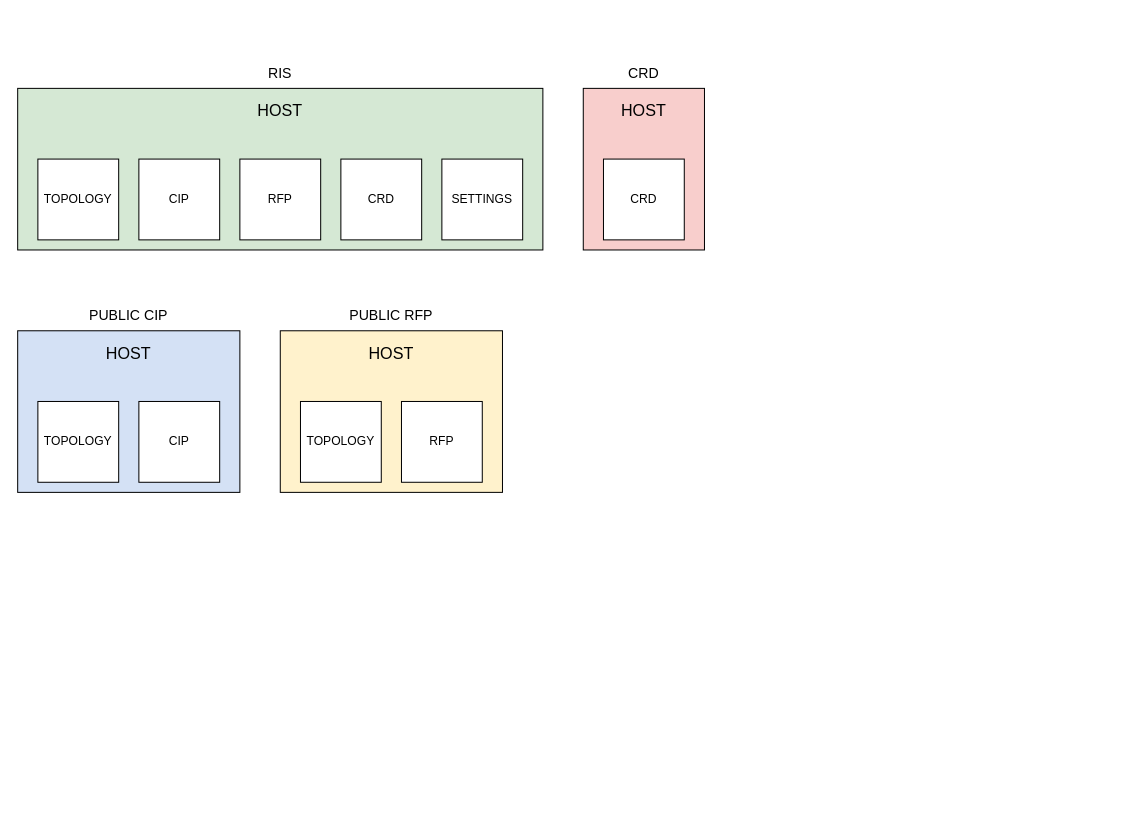
mathudak/diagrams keeps this draw.io diagram as mf-architecture.drawio. Above is the earlier version. Source tidied: cells renumbered, new cells numbered last; positions are measured from the earlier drawing's top-left corner, leaving out a move shared by most shapes. Both pictures are drawn from the tidied source at 101%, with x=0, y=0 at pixel (17, 58).
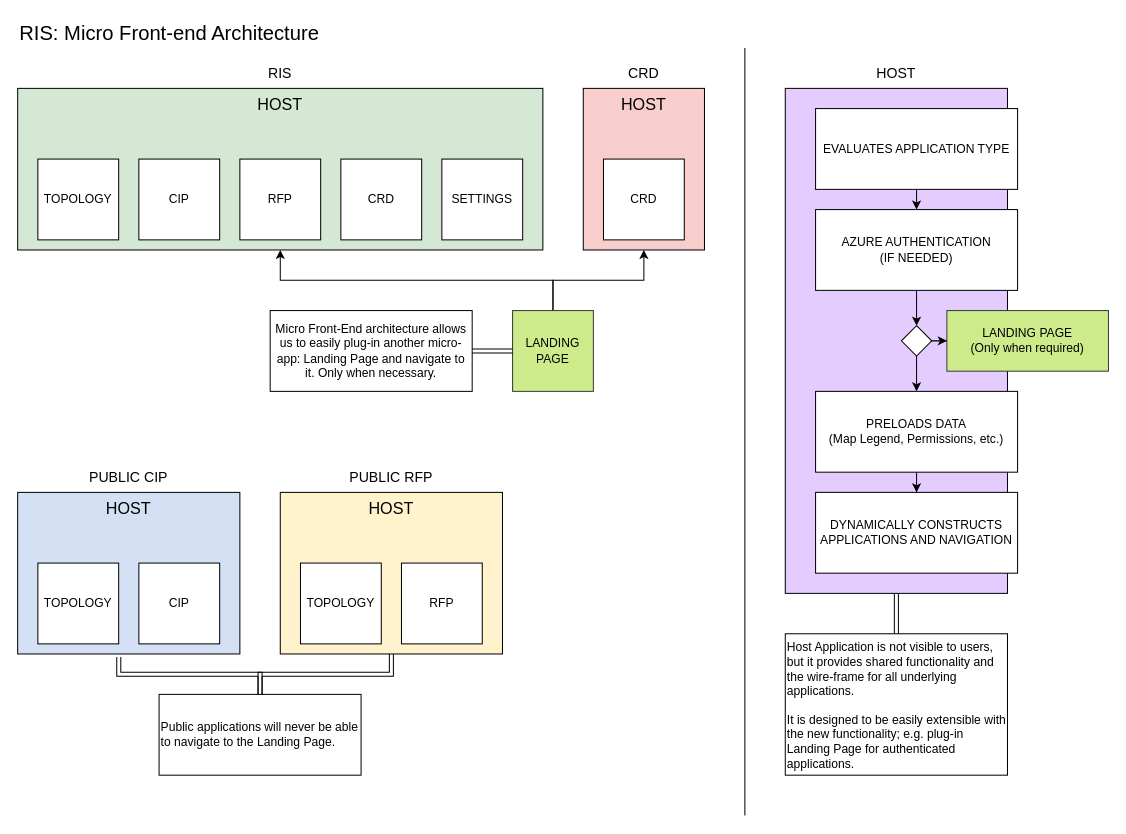
The same diagram, later.

What changed in the source:
```diff
@@
-    <mxCell id="2" value="&lt;div style=&quot;font-size: 16px;&quot;&gt;&lt;font style=&quot;font-size: 16px;&quot;&gt;HOST&lt;/font&gt;&lt;/div&gt;&lt;div style=&quot;font-size: 16px;&quot;&gt;&lt;font style=&quot;font-size: 16px;&quot;&gt;&lt;br&gt;&lt;/font&gt;&lt;/div&gt;&lt;div style=&quot;font-size: 16px;&quot;&gt;&lt;font style=&quot;font-size: 16px;&quot;&gt;&lt;br&gt;&lt;/font&gt;&lt;/div&gt;&lt;div style=&quot;font-size: 16px;&quot;&gt;&lt;font style=&quot;font-size: 16px;&quot;&gt;&lt;br&gt;&lt;/font&gt;&lt;/div&gt;&lt;div style=&quot;font-size: 16px;&quot;&gt;&lt;font style=&quot;font-size: 16px;&quot;&gt;&lt;br&gt;&lt;/font&gt;&lt;/div&gt;&lt;div style=&quot;font-size: 16px;&quot;&gt;&lt;font style=&quot;font-size: 16px;&quot;&gt;&lt;br&gt;&lt;/font&gt;&lt;/div&gt;&lt;div style=&quot;font-size: 16px;&quot;&gt;&lt;font style=&quot;font-size: 16px;&quot;&gt;&lt;br&gt;&lt;/font&gt;&lt;/div&gt;" style="whiteSpace=wrap;html=1;fillColor=#D5E8D4;" parent="1" vertex="1">
+    <mxCell id="2" value="&lt;div style=&quot;font-size: 16px;&quot;&gt;&lt;font style=&quot;font-size: 16px;&quot;&gt;HOST&lt;/font&gt;&lt;/div&gt;&lt;div style=&quot;font-size: 16px;&quot;&gt;&lt;font style=&quot;font-size: 16px;&quot;&gt;&lt;br&gt;&lt;/font&gt;&lt;/div&gt;&lt;div style=&quot;font-size: 16px;&quot;&gt;&lt;font style=&quot;font-size: 16px;&quot;&gt;&lt;br&gt;&lt;/font&gt;&lt;/div&gt;&lt;div style=&quot;font-size: 16px;&quot;&gt;&lt;font style=&quot;font-size: 16px;&quot;&gt;&lt;br&gt;&lt;/font&gt;&lt;/div&gt;&lt;div style=&quot;font-size: 16px;&quot;&gt;&lt;font style=&quot;font-size: 16px;&quot;&gt;&lt;br&gt;&lt;/font&gt;&lt;/div&gt;&lt;div style=&quot;font-size: 16px;&quot;&gt;&lt;font style=&quot;font-size: 16px;&quot;&gt;&lt;br&gt;&lt;/font&gt;&lt;/div&gt;&lt;div style=&quot;font-size: 16px;&quot;&gt;&lt;font style=&quot;font-size: 16px;&quot;&gt;&lt;br&gt;&lt;/font&gt;&lt;/div&gt;" style="whiteSpace=wrap;html=1;fillColor=#D5E8D4;verticalAlign=top;" parent="1" vertex="1">
       <mxGeometry y="30" width="520" height="160" as="geometry" />
     </mxCell>
@@
-    <mxCell id="8" value="&lt;div style=&quot;font-size: 16px;&quot;&gt;&lt;font style=&quot;font-size: 16px;&quot;&gt;HOST&lt;/font&gt;&lt;/div&gt;&lt;div style=&quot;font-size: 16px;&quot;&gt;&lt;font style=&quot;font-size: 16px;&quot;&gt;&lt;br&gt;&lt;/font&gt;&lt;/div&gt;&lt;div style=&quot;font-size: 16px;&quot;&gt;&lt;font style=&quot;font-size: 16px;&quot;&gt;&lt;br&gt;&lt;/font&gt;&lt;/div&gt;&lt;div style=&quot;font-size: 16px;&quot;&gt;&lt;font style=&quot;font-size: 16px;&quot;&gt;&lt;br&gt;&lt;/font&gt;&lt;/div&gt;&lt;div style=&quot;font-size: 16px;&quot;&gt;&lt;font style=&quot;font-size: 16px;&quot;&gt;&lt;br&gt;&lt;/font&gt;&lt;/div&gt;&lt;div style=&quot;font-size: 16px;&quot;&gt;&lt;font style=&quot;font-size: 16px;&quot;&gt;&lt;br&gt;&lt;/font&gt;&lt;/div&gt;&lt;div style=&quot;font-size: 16px;&quot;&gt;&lt;font style=&quot;font-size: 16px;&quot;&gt;&lt;br&gt;&lt;/font&gt;&lt;/div&gt;" style="whiteSpace=wrap;html=1;fillColor=#D4E1F5;" parent="1" vertex="1">
-      <mxGeometry y="270" width="220" height="160" as="geometry" />
+    <mxCell id="8" value="&lt;div style=&quot;font-size: 16px;&quot;&gt;&lt;font style=&quot;font-size: 16px;&quot;&gt;HOST&lt;/font&gt;&lt;/div&gt;&lt;div style=&quot;font-size: 16px;&quot;&gt;&lt;font style=&quot;font-size: 16px;&quot;&gt;&lt;br&gt;&lt;/font&gt;&lt;/div&gt;&lt;div style=&quot;font-size: 16px;&quot;&gt;&lt;font style=&quot;font-size: 16px;&quot;&gt;&lt;br&gt;&lt;/font&gt;&lt;/div&gt;&lt;div style=&quot;font-size: 16px;&quot;&gt;&lt;font style=&quot;font-size: 16px;&quot;&gt;&lt;br&gt;&lt;/font&gt;&lt;/div&gt;&lt;div style=&quot;font-size: 16px;&quot;&gt;&lt;font style=&quot;font-size: 16px;&quot;&gt;&lt;br&gt;&lt;/font&gt;&lt;/div&gt;&lt;div style=&quot;font-size: 16px;&quot;&gt;&lt;font style=&quot;font-size: 16px;&quot;&gt;&lt;br&gt;&lt;/font&gt;&lt;/div&gt;&lt;div style=&quot;font-size: 16px;&quot;&gt;&lt;font style=&quot;font-size: 16px;&quot;&gt;&lt;br&gt;&lt;/font&gt;&lt;/div&gt;" style="whiteSpace=wrap;html=1;fillColor=#D4E1F5;verticalAlign=top;" parent="1" vertex="1">
+      <mxGeometry y="430" width="220" height="160" as="geometry" />
     </mxCell>
     <mxCell id="9" value="TOPOLOGY" style="whiteSpace=wrap;html=1;" parent="1" vertex="1">
-      <mxGeometry x="20" y="340" width="80" height="80" as="geometry" />
+      <mxGeometry x="20" y="500" width="80" height="80" as="geometry" />
     </mxCell>
     <mxCell id="10" value="CIP" style="whiteSpace=wrap;html=1;" parent="1" vertex="1">
-      <mxGeometry x="120" y="340" width="80" height="80" as="geometry" />
+      <mxGeometry x="120" y="500" width="80" height="80" as="geometry" />
     </mxCell>
-    <mxCell id="11" value="&lt;div style=&quot;font-size: 16px;&quot;&gt;&lt;font style=&quot;font-size: 16px;&quot;&gt;HOST&lt;/font&gt;&lt;/div&gt;&lt;div style=&quot;font-size: 16px;&quot;&gt;&lt;font style=&quot;font-size: 16px;&quot;&gt;&lt;br&gt;&lt;/font&gt;&lt;/div&gt;&lt;div style=&quot;font-size: 16px;&quot;&gt;&lt;font style=&quot;font-size: 16px;&quot;&gt;&lt;br&gt;&lt;/font&gt;&lt;/div&gt;&lt;div style=&quot;font-size: 16px;&quot;&gt;&lt;font style=&quot;font-size: 16px;&quot;&gt;&lt;br&gt;&lt;/font&gt;&lt;/div&gt;&lt;div style=&quot;font-size: 16px;&quot;&gt;&lt;font style=&quot;font-size: 16px;&quot;&gt;&lt;br&gt;&lt;/font&gt;&lt;/div&gt;&lt;div style=&quot;font-size: 16px;&quot;&gt;&lt;font style=&quot;font-size: 16px;&quot;&gt;&lt;br&gt;&lt;/font&gt;&lt;/div&gt;&lt;div style=&quot;font-size: 16px;&quot;&gt;&lt;font style=&quot;font-size: 16px;&quot;&gt;&lt;br&gt;&lt;/font&gt;&lt;/div&gt;" style="whiteSpace=wrap;html=1;fillColor=#FFF2CC;" parent="1" vertex="1">
-      <mxGeometry x="260" y="270" width="220" height="160" as="geometry" />
+    <mxCell id="11" value="&lt;div style=&quot;font-size: 16px;&quot;&gt;&lt;font style=&quot;font-size: 16px;&quot;&gt;HOST&lt;/font&gt;&lt;/div&gt;&lt;div style=&quot;font-size: 16px;&quot;&gt;&lt;font style=&quot;font-size: 16px;&quot;&gt;&lt;br&gt;&lt;/font&gt;&lt;/div&gt;&lt;div style=&quot;font-size: 16px;&quot;&gt;&lt;font style=&quot;font-size: 16px;&quot;&gt;&lt;br&gt;&lt;/font&gt;&lt;/div&gt;&lt;div style=&quot;font-size: 16px;&quot;&gt;&lt;font style=&quot;font-size: 16px;&quot;&gt;&lt;br&gt;&lt;/font&gt;&lt;/div&gt;&lt;div style=&quot;font-size: 16px;&quot;&gt;&lt;font style=&quot;font-size: 16px;&quot;&gt;&lt;br&gt;&lt;/font&gt;&lt;/div&gt;&lt;div style=&quot;font-size: 16px;&quot;&gt;&lt;font style=&quot;font-size: 16px;&quot;&gt;&lt;br&gt;&lt;/font&gt;&lt;/div&gt;&lt;div style=&quot;font-size: 16px;&quot;&gt;&lt;font style=&quot;font-size: 16px;&quot;&gt;&lt;br&gt;&lt;/font&gt;&lt;/div&gt;" style="whiteSpace=wrap;html=1;fillColor=#FFF2CC;verticalAlign=top;" parent="1" vertex="1">
+      <mxGeometry x="260" y="430" width="220" height="160" as="geometry" />
     </mxCell>
     <mxCell id="12" value="TOPOLOGY" style="whiteSpace=wrap;html=1;" parent="1" vertex="1">
-      <mxGeometry x="280" y="340" width="80" height="80" as="geometry" />
+      <mxGeometry x="280" y="500" width="80" height="80" as="geometry" />
     </mxCell>
     <mxCell id="13" value="RFP" style="whiteSpace=wrap;html=1;" parent="1" vertex="1">
-      <mxGeometry x="380" y="340" width="80" height="80" as="geometry" />
+      <mxGeometry x="380" y="500" width="80" height="80" as="geometry" />
     </mxCell>
-    <mxCell id="14" value="&lt;div style=&quot;font-size: 16px;&quot;&gt;&lt;font style=&quot;font-size: 16px;&quot;&gt;HOST&lt;/font&gt;&lt;/div&gt;&lt;div style=&quot;font-size: 16px;&quot;&gt;&lt;font style=&quot;font-size: 16px;&quot;&gt;&lt;br&gt;&lt;/font&gt;&lt;/div&gt;&lt;div style=&quot;font-size: 16px;&quot;&gt;&lt;font style=&quot;font-size: 16px;&quot;&gt;&lt;br&gt;&lt;/font&gt;&lt;/div&gt;&lt;div style=&quot;font-size: 16px;&quot;&gt;&lt;font style=&quot;font-size: 16px;&quot;&gt;&lt;br&gt;&lt;/font&gt;&lt;/div&gt;&lt;div style=&quot;font-size: 16px;&quot;&gt;&lt;font style=&quot;font-size: 16px;&quot;&gt;&lt;br&gt;&lt;/font&gt;&lt;/div&gt;&lt;div style=&quot;font-size: 16px;&quot;&gt;&lt;font style=&quot;font-size: 16px;&quot;&gt;&lt;br&gt;&lt;/font&gt;&lt;/div&gt;&lt;div style=&quot;font-size: 16px;&quot;&gt;&lt;font style=&quot;font-size: 16px;&quot;&gt;&lt;br&gt;&lt;/font&gt;&lt;/div&gt;" style="whiteSpace=wrap;html=1;fillColor=#F8CECC;" parent="1" vertex="1">
+    <mxCell id="14" value="&lt;div style=&quot;font-size: 16px;&quot;&gt;&lt;font style=&quot;font-size: 16px;&quot;&gt;HOST&lt;/font&gt;&lt;/div&gt;&lt;div style=&quot;font-size: 16px;&quot;&gt;&lt;font style=&quot;font-size: 16px;&quot;&gt;&lt;br&gt;&lt;/font&gt;&lt;/div&gt;&lt;div style=&quot;font-size: 16px;&quot;&gt;&lt;font style=&quot;font-size: 16px;&quot;&gt;&lt;br&gt;&lt;/font&gt;&lt;/div&gt;&lt;div style=&quot;font-size: 16px;&quot;&gt;&lt;font style=&quot;font-size: 16px;&quot;&gt;&lt;br&gt;&lt;/font&gt;&lt;/div&gt;&lt;div style=&quot;font-size: 16px;&quot;&gt;&lt;font style=&quot;font-size: 16px;&quot;&gt;&lt;br&gt;&lt;/font&gt;&lt;/div&gt;&lt;div style=&quot;font-size: 16px;&quot;&gt;&lt;font style=&quot;font-size: 16px;&quot;&gt;&lt;br&gt;&lt;/font&gt;&lt;/div&gt;&lt;div style=&quot;font-size: 16px;&quot;&gt;&lt;font style=&quot;font-size: 16px;&quot;&gt;&lt;br&gt;&lt;/font&gt;&lt;/div&gt;" style="whiteSpace=wrap;html=1;fillColor=#F8CECC;verticalAlign=top;" parent="1" vertex="1">
       <mxGeometry x="560" y="30" width="120" height="160" as="geometry" />
     </mxCell>
@@
     <mxCell id="18" value="&lt;div&gt;PUBLIC CIP&lt;/div&gt;" style="text;html=1;align=center;verticalAlign=middle;whiteSpace=wrap;rounded=0;fontSize=14;" parent="1" vertex="1">
-      <mxGeometry y="240" width="220" height="30" as="geometry" />
+      <mxGeometry y="400" width="220" height="30" as="geometry" />
     </mxCell>
     <mxCell id="19" value="&lt;div&gt;PUBLIC RFP&lt;br&gt;&lt;/div&gt;" style="text;html=1;align=center;verticalAlign=middle;whiteSpace=wrap;rounded=0;fontSize=14;" parent="1" vertex="1">
-      <mxGeometry x="260" y="240" width="220" height="30" as="geometry" />
+      <mxGeometry x="260" y="400" width="220" height="30" as="geometry" />
     </mxCell>
+    <mxCell id="20" value="RIS: Micro Front-end Architecture" style="text;html=1;align=left;verticalAlign=middle;whiteSpace=wrap;rounded=0;fontSize=20;" parent="1" vertex="1">
+      <mxGeometry y="-40" width="680" height="30" as="geometry" />
+    </mxCell>
+    <mxCell id="21" style="whiteSpace=wrap;html=1;fillColor=#E5CCFF;verticalAlign=top;" parent="1" vertex="1">
+      <mxGeometry x="760" y="30" width="220" height="500" as="geometry" />
+    </mxCell>
+    <mxCell id="22" style="endArrow=none;html=1;rounded=0;" parent="1" edge="1">
+      <mxGeometry relative="1" as="geometry">
+        <mxPoint x="720" y="750" as="sourcePoint" />
+        <mxPoint x="720" y="-10" as="targetPoint" />
+      </mxGeometry>
+    </mxCell>
+    <mxCell id="23" style="edgeStyle=orthogonalEdgeStyle;rounded=0;jettySize=auto;html=1;" parent="1" edge="1" source="24" target="43">
+      <mxGeometry relative="1" as="geometry" />
+    </mxCell>
+    <mxCell id="24" value="&lt;div&gt;AZURE AUTHENTICATION&lt;/div&gt;&lt;div&gt;(IF NEEDED)&lt;br&gt;&lt;/div&gt;" style="whiteSpace=wrap;html=1;" parent="1" vertex="1">
+      <mxGeometry x="790" y="150" width="200" height="80" as="geometry" />
+    </mxCell>
+    <mxCell id="25" style="edgeStyle=orthogonalEdgeStyle;rounded=0;jettySize=auto;html=1;" parent="1" edge="1" source="26" target="27">
+      <mxGeometry relative="1" as="geometry" />
+    </mxCell>
+    <mxCell id="26" value="PRELOADS DATA &lt;br&gt;(Map Legend, Permissions, etc.)" style="whiteSpace=wrap;html=1;" parent="1" vertex="1">
+      <mxGeometry x="790" y="330" width="200" height="80" as="geometry" />
+    </mxCell>
+    <mxCell id="27" value="DYNAMICALLY CONSTRUCTS APPLICATIONS AND NAVIGATION" style="whiteSpace=wrap;html=1;" parent="1" vertex="1">
+      <mxGeometry x="790" y="430" width="200" height="80" as="geometry" />
+    </mxCell>
+    <mxCell id="28" value="HOST" style="text;html=1;align=center;verticalAlign=middle;whiteSpace=wrap;rounded=0;fontSize=14;" parent="1" vertex="1">
+      <mxGeometry x="760" width="220" height="30" as="geometry" />
+    </mxCell>
+    <mxCell id="29" style="edgeStyle=orthogonalEdgeStyle;rounded=0;jettySize=auto;html=1;exitX=0.5;exitY=1;exitDx=0;exitDy=0;entryX=0.5;entryY=0;entryDx=0;entryDy=0;" parent="1" edge="1" source="30" target="24">
+      <mxGeometry relative="1" as="geometry" />
+    </mxCell>
+    <mxCell id="30" value="EVALUATES APPLICATION TYPE" style="whiteSpace=wrap;html=1;" parent="1" vertex="1">
+      <mxGeometry x="790" y="50" width="200" height="80" as="geometry" />
+    </mxCell>
+    <mxCell id="31" style="edgeStyle=orthogonalEdgeStyle;rounded=0;jettySize=auto;html=1;entryX=0.5;entryY=1;entryDx=0;entryDy=0;" parent="1" edge="1" source="33" target="14">
+      <mxGeometry relative="1" as="geometry" />
+    </mxCell>
+    <mxCell id="32" style="edgeStyle=orthogonalEdgeStyle;rounded=0;jettySize=auto;html=1;entryX=0.5;entryY=1;entryDx=0;entryDy=0;" parent="1" edge="1" source="33" target="2">
+      <mxGeometry relative="1" as="geometry" />
+    </mxCell>
+    <mxCell id="33" value="LANDING PAGE" style="whiteSpace=wrap;html=1;fillColor=#cdeb8b;strokeColor=#36393d;" parent="1" vertex="1">
+      <mxGeometry x="490" y="250" width="80" height="80" as="geometry" />
+    </mxCell>
+    <mxCell id="34" style="rounded=0;jettySize=auto;html=1;entryX=0;entryY=0.5;entryDx=0;entryDy=0;startArrow=none;startFill=0;endArrow=none;endFill=0;shape=link;" parent="1" edge="1" source="35" target="33">
+      <mxGeometry relative="1" as="geometry" />
+    </mxCell>
+    <mxCell id="35" value="Micro Front-End architecture allows us to easily plug-in another micro-app: Landing Page and navigate to it. Only when necessary." style="text;html=1;align=center;verticalAlign=middle;whiteSpace=wrap;rounded=0;strokeColor=default;fontSize=12;" parent="1" vertex="1">
+      <mxGeometry x="250" y="250" width="200" height="80" as="geometry" />
+    </mxCell>
+    <mxCell id="36" style="edgeStyle=orthogonalEdgeStyle;rounded=0;jettySize=auto;html=1;entryX=0.5;entryY=1;entryDx=0;entryDy=0;endArrow=none;endFill=0;shape=link;" parent="1" edge="1" source="37" target="21">
+      <mxGeometry relative="1" as="geometry" />
+    </mxCell>
+    <mxCell id="37" value="&lt;div&gt;Host Application is not visible to users, but it provides shared functionality and the wire-frame for all underlying applications.&lt;/div&gt;&lt;div&gt;&lt;br&gt;&lt;/div&gt;&lt;div&gt;It is designed to be easily extensible with the new functionality; e.g. plug-in Landing Page for authenticated applications.&lt;br&gt;&lt;/div&gt;&lt;div&gt;&lt;br&gt;&lt;/div&gt;&lt;div&gt;&lt;br&gt;&lt;/div&gt;" style="text;html=1;align=left;verticalAlign=top;whiteSpace=wrap;rounded=0;strokeColor=default;fontSize=12;" parent="1" vertex="1">
+      <mxGeometry x="760" y="570" width="220" height="140" as="geometry" />
+    </mxCell>
+    <mxCell id="38" style="edgeStyle=orthogonalEdgeStyle;rounded=0;jettySize=auto;html=1;entryX=0.5;entryY=1;entryDx=0;entryDy=0;shape=link;" parent="1" edge="1" source="39" target="11">
+      <mxGeometry relative="1" as="geometry" />
+    </mxCell>
+    <mxCell id="39" value="Public applications will never be able to navigate to the Landing Page." style="text;html=1;align=left;verticalAlign=middle;whiteSpace=wrap;rounded=0;strokeColor=default;fontSize=12;" parent="1" vertex="1">
+      <mxGeometry x="140" y="630" width="200" height="80" as="geometry" />
+    </mxCell>
+    <mxCell id="40" style="edgeStyle=orthogonalEdgeStyle;rounded=0;jettySize=auto;html=1;entryX=0.455;entryY=1.019;entryDx=0;entryDy=0;entryPerimeter=0;shape=link;" parent="1" edge="1" source="39" target="8">
+      <mxGeometry relative="1" as="geometry" />
+    </mxCell>
+    <mxCell id="41" style="edgeStyle=orthogonalEdgeStyle;rounded=0;jettySize=auto;html=1;" parent="1" edge="1" source="43" target="26">
+      <mxGeometry relative="1" as="geometry" />
+    </mxCell>
+    <mxCell id="42" style="edgeStyle=orthogonalEdgeStyle;rounded=0;jettySize=auto;html=1;" parent="1" edge="1" source="43" target="44">
+      <mxGeometry relative="1" as="geometry" />
+    </mxCell>
+    <mxCell id="43" style="rhombus;whiteSpace=wrap;html=1;" parent="1" vertex="1">
+      <mxGeometry x="875" y="265" width="30" height="30" as="geometry" />
+    </mxCell>
+    <mxCell id="44" value="&lt;div&gt;LANDING PAGE&lt;/div&gt;&lt;div&gt;(Only when required)&lt;br&gt;&lt;/div&gt;" style="whiteSpace=wrap;html=1;fillColor=#cdeb8b;strokeColor=#36393d;" parent="1" vertex="1">
+      <mxGeometry x="920" y="250" width="160" height="60" as="geometry" />
+    </mxCell>
```
